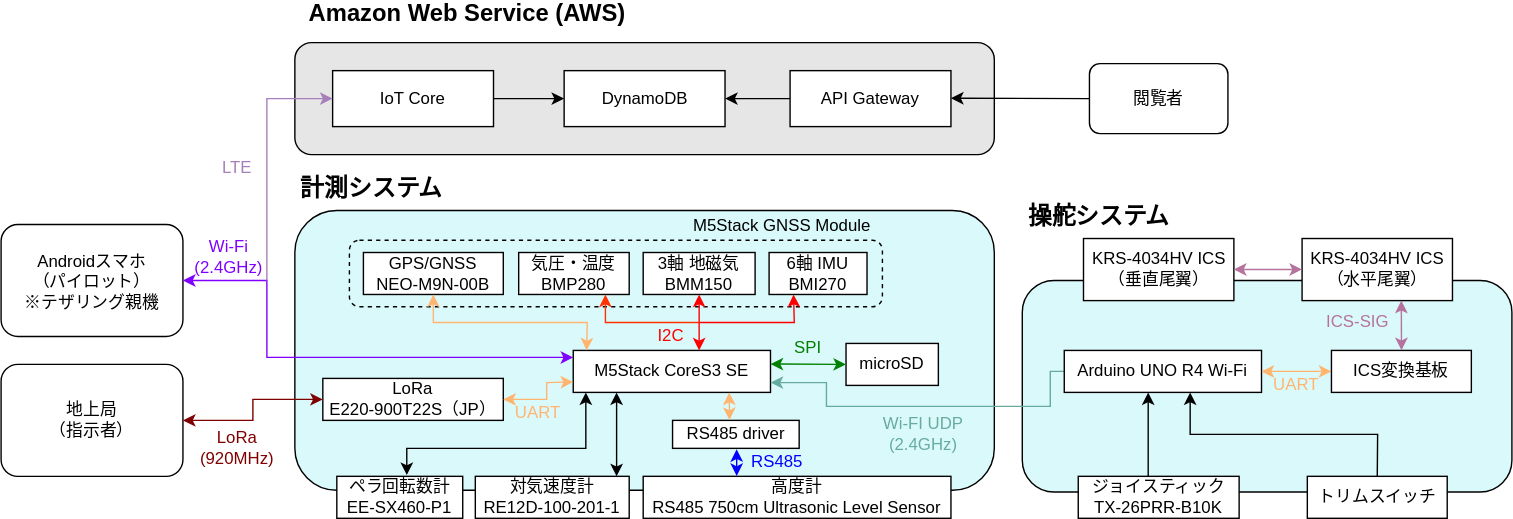
Above: HPA.drawio.svg in 21km43/HPA (draw.io), before the change. Source tidied: cells renumbered, new cells last; positions are measured from the earlier drawing's top-left corner, leaving out a move shared by most shapes.
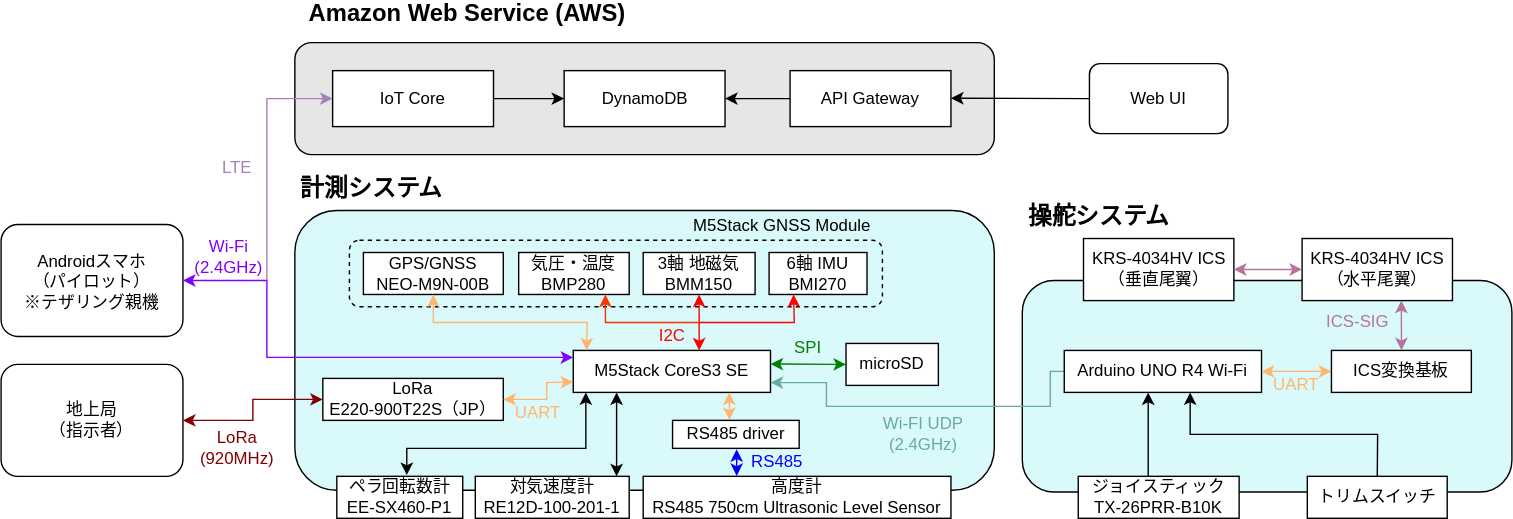
Later version of the same file.

Commit message:
HPA.drawio.svg を追加しました。

The edit, as a diff of the source:
```diff
@@ -223,7 +223,7 @@
         <mxPoint x="679" y="69.7" as="sourcePoint" />
       </mxGeometry>
     </mxCell>
-    <mxCell id="53" value="閲覧者" style="rounded=1;whiteSpace=wrap;html=1;" parent="1" vertex="1">
+    <mxCell id="53" value="Web UI" style="rounded=1;whiteSpace=wrap;html=1;" parent="1" vertex="1">
       <mxGeometry x="778" y="45" width="99" height="50" as="geometry" />
     </mxCell>
     <mxCell id="54" value="トリムスイッチ" style="rounded=0;whiteSpace=wrap;html=1;" parent="1" vertex="1">
```
